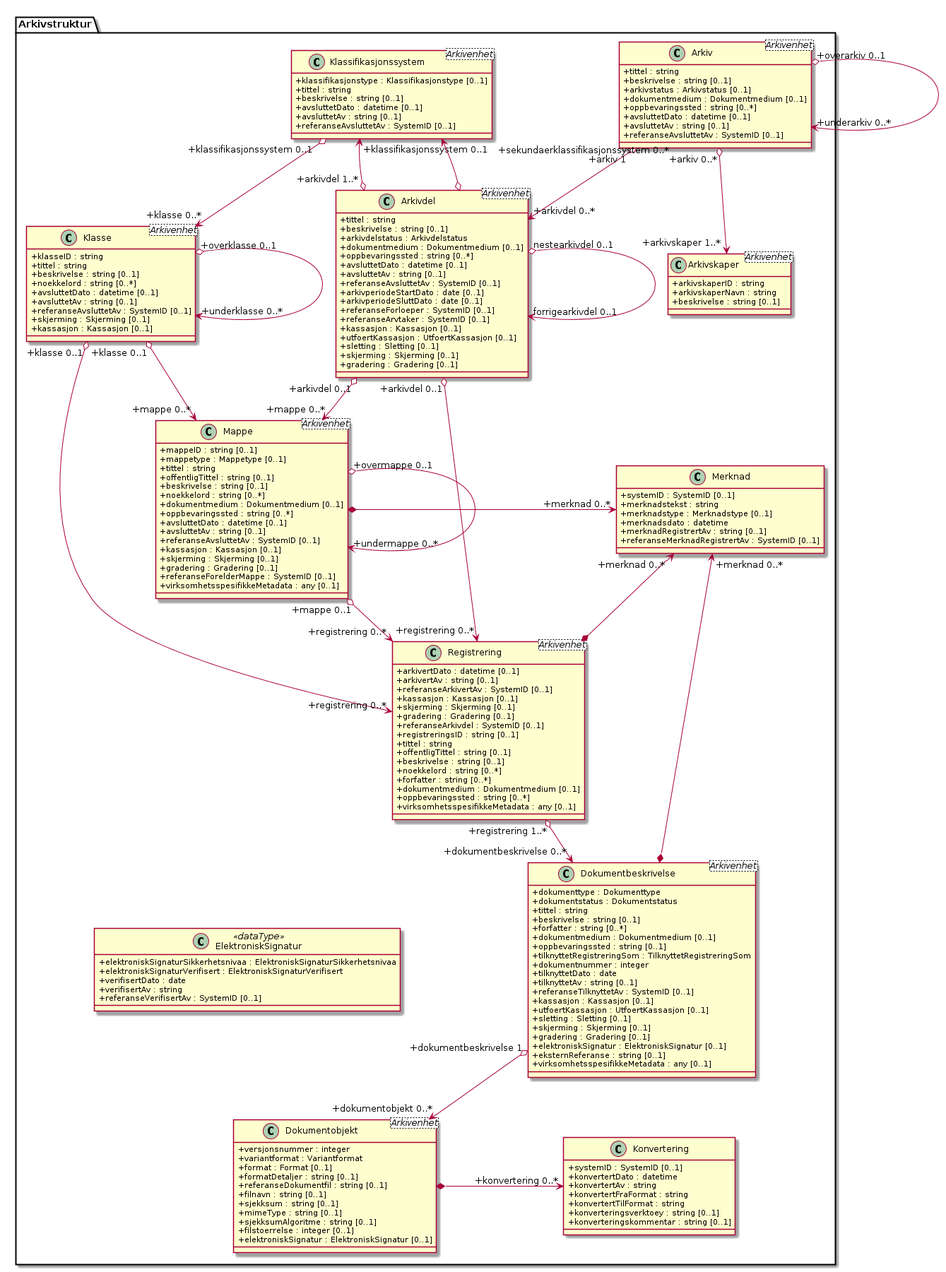
Before: kapitler/media/uml-arkivstruktur-attributter.png, a diagram exported from PlantUML (arkivverket/noark5-tjenestegrensesnitt-standard).
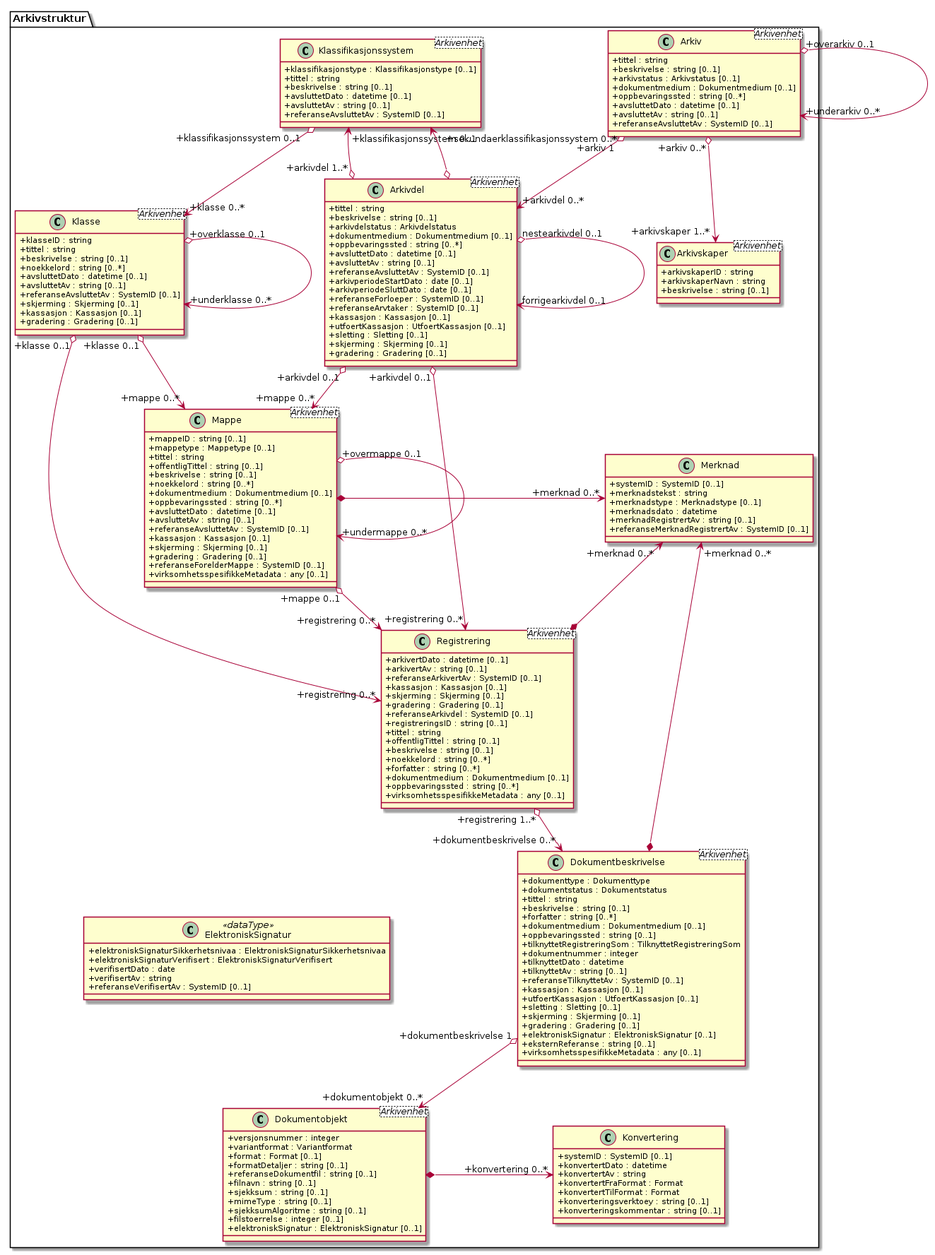
Above is the later version.

What changed in the source:
```diff
@@ -35,6 +35,7 @@
   +referanseAvsluttetAv : SystemID [0..1]
   +skjerming : Skjerming [0..1]
   +kassasjon : Kassasjon [0..1]
+  +gradering : Gradering [0..1]
 }
 class Arkivstruktur.Arkivdel <Arkivenhet> {
   +tittel : string
@@ -109,7 +110,7 @@
   +oppbevaringssted : string [0..1]
   +tilknyttetRegistreringSom : TilknyttetRegistreringSom
   +dokumentnummer : integer
-  +tilknyttetDato : date
+  +tilknyttetDato : datetime
   +tilknyttetAv : string [0..1]
   +referanseTilknyttetAv : SystemID [0..1]
   +kassasjon : Kassasjon [0..1]
@@ -138,8 +139,8 @@
   +systemID : SystemID [0..1]
   +konvertertDato : datetime
   +konvertertAv : string
-  +konvertertFraFormat : string
-  +konvertertTilFormat : string
+  +konvertertFraFormat : Format
+  +konvertertTilFormat : Format
   +konverteringsverktoey : string [0..1]
   +konverteringskommentar : string [0..1]
 }
```
